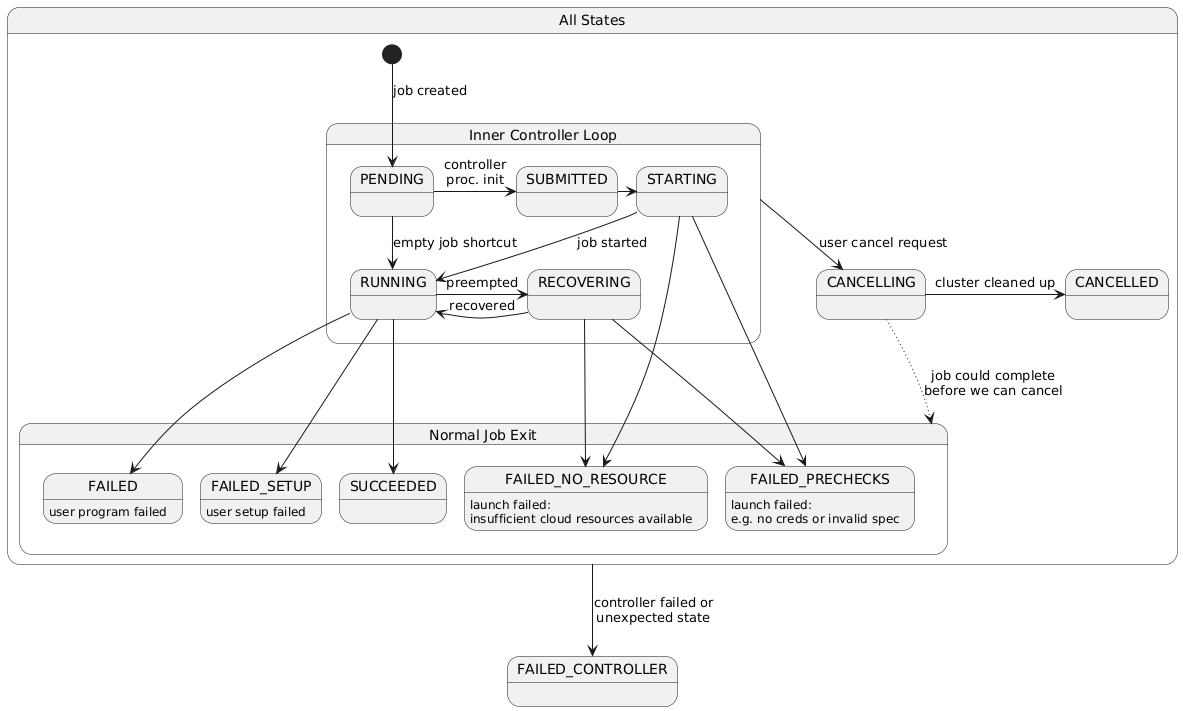
The PlantUML diagram docs/repo-images/managed-job-status-diagram.png in skypilot-org/skypilot, before a commit. The source it was exported from:
```plantuml
@startuml
state "All States" as AllStates {
    state "Inner Controller Loop" as InnerLoop {
        PENDING -> SUBMITTED : controller\nproc. init
        SUBMITTED -> STARTING
        STARTING --> RUNNING : job started
        PENDING --> RUNNING : empty job shortcut
        RUNNING -> RECOVERING : preempted
        RECOVERING -left> RUNNING : recovered
    }

    [*] --> PENDING: job created

    state "Normal Job Exit" as Terminal {
        state FAILED_NO_RESOURCE : launch failed:\ninsufficient cloud resources available
        state FAILED_PRECHECKS : launch failed:\ne.g. no creds or invalid spec
        state SUCCEEDED
        state FAILED : user program failed
        state FAILED_SETUP : user setup failed
        STARTING --> FAILED_NO_RESOURCE
        RECOVERING --> FAILED_NO_RESOURCE
        STARTING --> FAILED_PRECHECKS
        RECOVERING --> FAILED_PRECHECKS
        RUNNING --> SUCCEEDED
        RUNNING --> FAILED
        RUNNING --> FAILED_SETUP
    }

    InnerLoop --> CANCELLING : user cancel request
    CANCELLING -> CANCELLED : cluster cleaned up
    CANCELLING -[dotted]-> Terminal: job could complete\nbefore we can cancel
}

AllStates --> FAILED_CONTROLLER : controller failed or\nunexpected state
@enduml
```
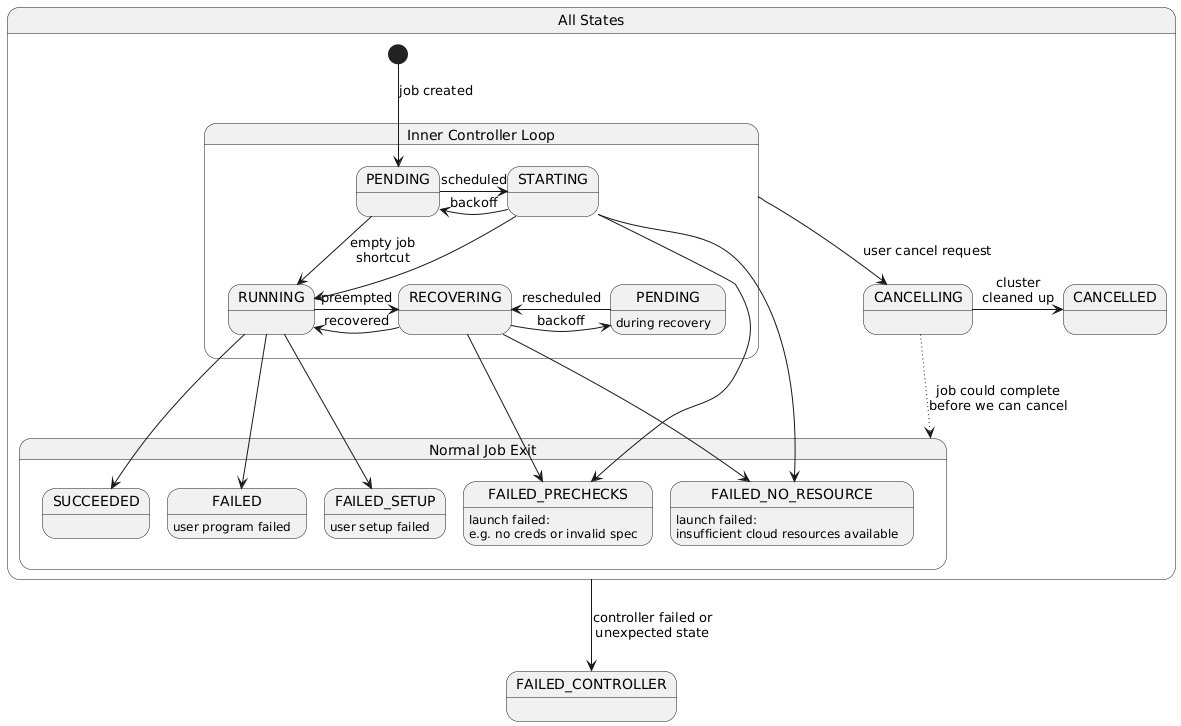
After the commit.

Commit message:
remove SUBMITTED and allow transition back to PENDING from STARTING

The edit, as a diff of the source:
```diff
@@ -1,12 +1,15 @@
 @startuml
 state "All States" as AllStates {
     state "Inner Controller Loop" as InnerLoop {
-        PENDING -> SUBMITTED : controller\nproc. init
-        SUBMITTED -> STARTING
-        STARTING --> RUNNING : job started
-        PENDING --> RUNNING : empty job shortcut
+        PENDING -> STARTING : scheduled
+        STARTING -> PENDING : backoff
+        STARTING --> RUNNING
+        PENDING --> RUNNING : empty job\nshortcut
         RUNNING -> RECOVERING : preempted
-        RECOVERING -left> RUNNING : recovered
+        state "PENDING" as PENDING_RECOVERY : during recovery
+        RECOVERING -> PENDING_RECOVERY : backoff
+        PENDING_RECOVERY -left> RECOVERING : rescheduled
+        RECOVERING -> RUNNING : recovered
     }
 
     [*] --> PENDING: job created
@@ -27,7 +30,7 @@
     }
 
     InnerLoop --> CANCELLING : user cancel request
-    CANCELLING -> CANCELLED : cluster cleaned up
+    CANCELLING -> CANCELLED : cluster\ncleaned up
     CANCELLING -[dotted]-> Terminal: job could complete\nbefore we can cancel
 }
 
```
